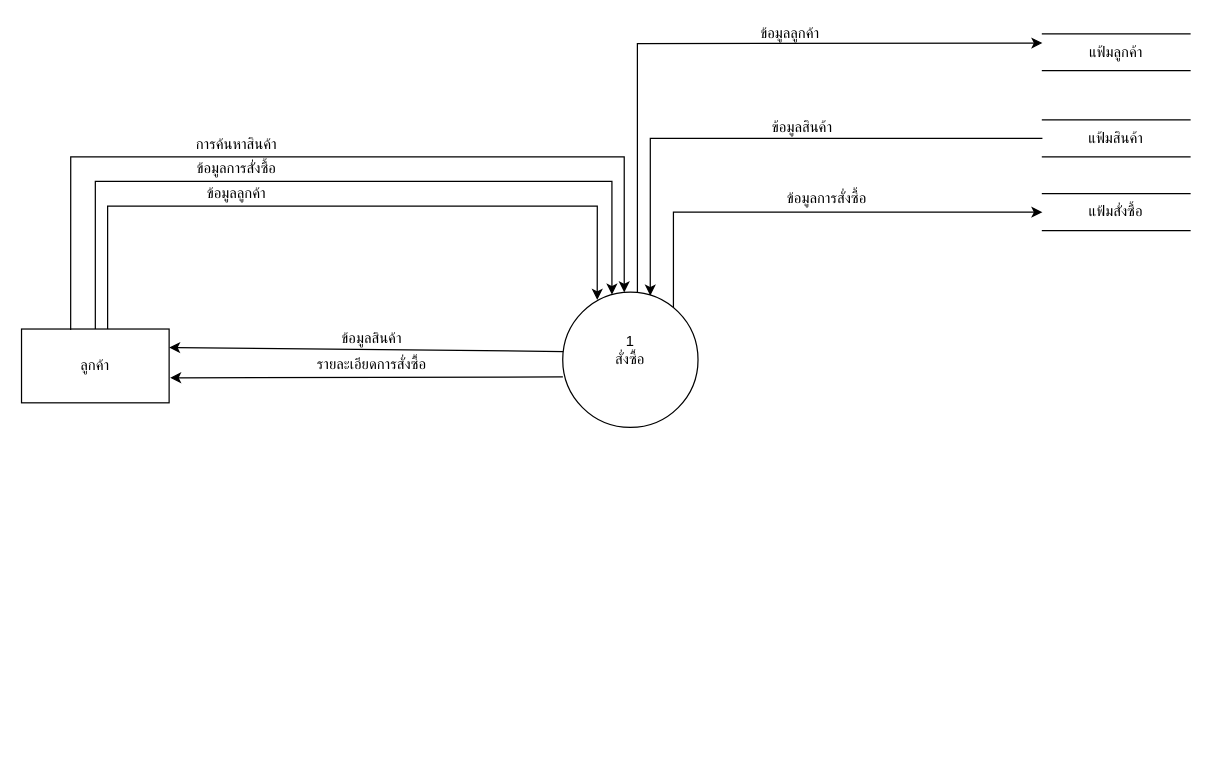
Earlier version of the draw.io diagram DFD Lv1.drawio (tonparin/SomkidDiagram). Source tidied: cells renumbered, new cells numbered last; positions are measured from the earlier drawing's top-left corner, leaving out a move shared by most shapes. Both pictures are drawn from the tidied source at 123%, with x=0, y=0 at pixel (21, 21).
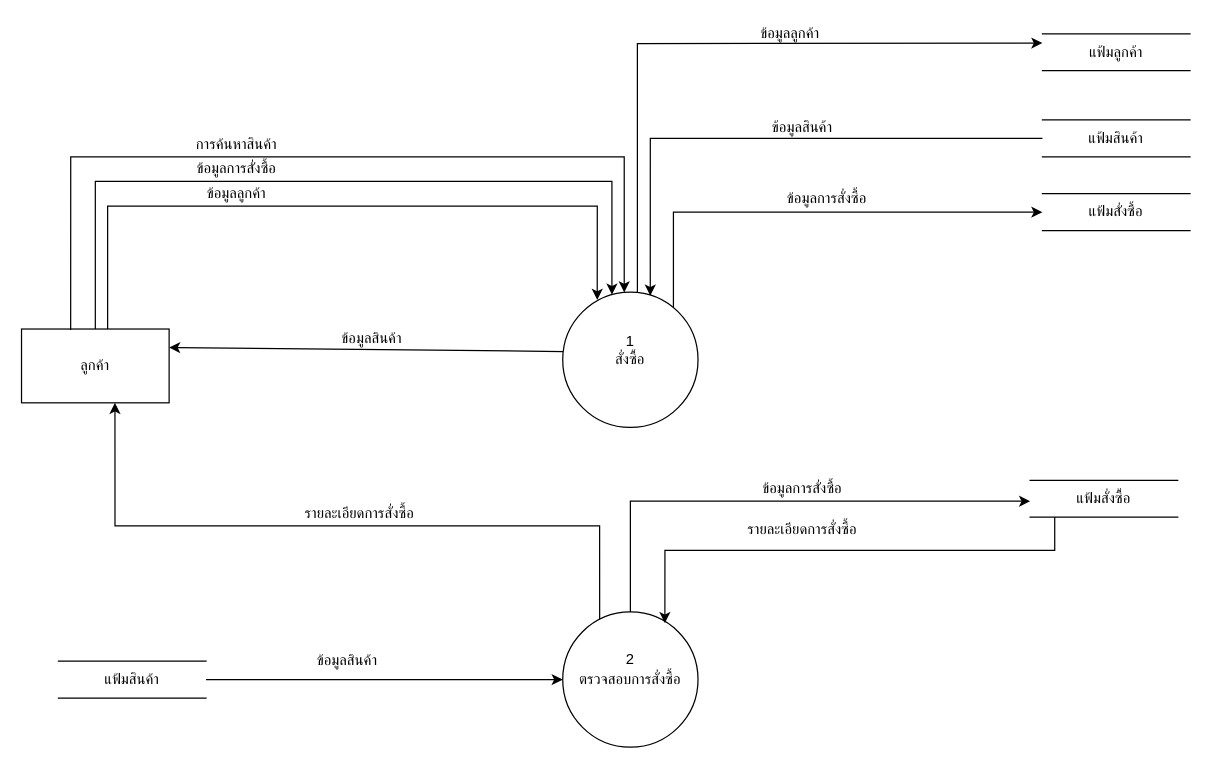
After the change.

The change refers to these unchanged cells:
```xml
<mxCell id="4" value="ลูกค้า" style="rounded=0;whiteSpace=wrap;html=1;" parent="1" vertex="1">
  <mxGeometry y="250" width="120" height="60" as="geometry" />
</mxCell>
<mxCell id="9" value="สั่งซื้อ" style="ellipse;whiteSpace=wrap;html=1;" parent="1" vertex="1">
  <mxGeometry x="440" y="220" width="110" height="110" as="geometry" />
</mxCell>
```

Diff of the diagram source:
```diff
@@
-    <mxCell id="6" style="edgeStyle=none;rounded=0;jettySize=auto;html=1;entryX=1.007;entryY=0.661;entryDx=0;entryDy=0;exitX=0.001;exitY=0.627;exitDx=0;exitDy=0;exitPerimeter=0;entryPerimeter=0;" parent="1" edge="1" source="9" target="4">
-      <mxGeometry relative="1" as="geometry" />
+    <mxCell id="6" style="edgeStyle=orthogonalEdgeStyle;rounded=0;jettySize=auto;html=1;entryX=0.633;entryY=1;entryDx=0;entryDy=0;entryPerimeter=0;exitX=0.273;exitY=0.073;exitDx=0;exitDy=0;exitPerimeter=0;" parent="1" edge="1" source="25" target="4">
+      <mxGeometry relative="1" as="geometry">
+        <Array as="points">
+          <mxPoint x="470" y="410" />
+          <mxPoint x="76" y="410" />
+        </Array>
+      </mxGeometry>
     </mxCell>
@@
     <mxCell id="16" value="รายละเอียดการสั่งซื้อ" style="text;html=1;strokeColor=none;fillColor=none;align=center;verticalAlign=middle;whiteSpace=wrap;rounded=0;" parent="1" vertex="1">
-      <mxGeometry x="230" y="269" width="110" height="20" as="geometry" />
+      <mxGeometry x="220" y="390" width="110" height="20" as="geometry" />
     </mxCell>
@@
+    <mxCell id="24" style="edgeStyle=orthogonalEdgeStyle;rounded=0;jettySize=auto;html=1;" parent="1" edge="1" source="25" target="31">
+      <mxGeometry relative="1" as="geometry">
+        <Array as="points">
+          <mxPoint x="495" y="390" />
+        </Array>
+      </mxGeometry>
+    </mxCell>
+    <mxCell id="25" value="ตรวจสอบการสั่งซื้อ" style="ellipse;whiteSpace=wrap;html=1;" parent="1" vertex="1">
+      <mxGeometry x="440" y="480" width="110" height="110" as="geometry" />
+    </mxCell>
+    <mxCell id="26" value="2" style="text;html=1;strokeColor=none;fillColor=none;align=center;verticalAlign=middle;whiteSpace=wrap;rounded=0;" parent="1" vertex="1">
+      <mxGeometry x="475" y="509" width="40" height="20" as="geometry" />
+    </mxCell>
+    <mxCell id="27" style="edgeStyle=orthogonalEdgeStyle;rounded=0;jettySize=auto;html=1;entryX=0;entryY=0.5;entryDx=0;entryDy=0;" parent="1" edge="1" source="28" target="25">
+      <mxGeometry relative="1" as="geometry" />
+    </mxCell>
+    <mxCell id="28" value="แฟ้มสินค้า" style="shape=partialRectangle;whiteSpace=wrap;html=1;left=0;right=0;fillColor=none;" parent="1" vertex="1">
+      <mxGeometry x="30" y="520" width="120" height="30" as="geometry" />
+    </mxCell>
+    <mxCell id="29" value="ข้อมูลสินค้า" style="text;html=1;strokeColor=none;fillColor=none;align=center;verticalAlign=middle;whiteSpace=wrap;rounded=0;" parent="1" vertex="1">
+      <mxGeometry x="210" y="510" width="110" height="20" as="geometry" />
+    </mxCell>
+    <mxCell id="30" style="edgeStyle=orthogonalEdgeStyle;rounded=0;jettySize=auto;html=1;entryX=0.755;entryY=0.082;entryDx=0;entryDy=0;entryPerimeter=0;" parent="1" edge="1" source="31" target="25">
+      <mxGeometry relative="1" as="geometry">
+        <Array as="points">
+          <mxPoint x="840" y="430" />
+          <mxPoint x="523" y="430" />
+        </Array>
+      </mxGeometry>
+    </mxCell>
+    <mxCell id="31" value="แฟ้มสั่งซื้อ" style="shape=partialRectangle;whiteSpace=wrap;html=1;left=0;right=0;fillColor=none;" parent="1" vertex="1">
+      <mxGeometry x="820" y="373" width="120" height="30" as="geometry" />
+    </mxCell>
+    <mxCell id="32" value="ข้อมูลการสั่งซื้อ" style="text;html=1;strokeColor=none;fillColor=none;align=center;verticalAlign=middle;whiteSpace=wrap;rounded=0;" parent="1" vertex="1">
+      <mxGeometry x="590" y="370" width="90" height="20" as="geometry" />
+    </mxCell>
+    <mxCell id="33" value="รายละเอียดการสั่งซื้อ" style="text;html=1;strokeColor=none;fillColor=none;align=center;verticalAlign=middle;whiteSpace=wrap;rounded=0;" parent="1" vertex="1">
+      <mxGeometry x="580" y="403" width="110" height="20" as="geometry" />
+    </mxCell>
```
